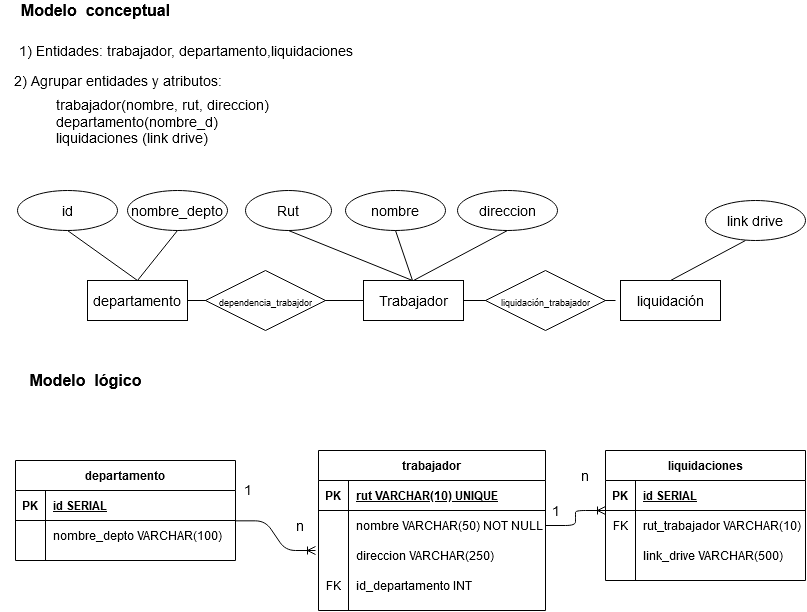
The draw.io diagram Caso1_modelos.png in gilibethvega/modelamiento_de_datos, before a commit. Source tidied: cells renumbered, new cells last; positions are measured from the earlier drawing's top-left corner, leaving out a move shared by most shapes. The source it was exported from:
```xml
<mxGraphModel background="#FFFFFF">
  <root>
    <mxCell id="0" />
    <mxCell id="1" parent="0" />
    <mxCell id="2" style="line;strokeWidth=1;dashed=0;labelPosition=right;align=left;verticalAlign=middle;spacingTop=0;spacingLeft=6;fontSize=14;shadow=0;" parent="1" vertex="1">
      <mxGeometry x="187" y="295" width="428" height="10" as="geometry" />
    </mxCell>
    <mxCell id="3" value="Modelo&amp;nbsp; conceptual" style="text;html=1;align=center;verticalAlign=middle;fontSize=16;fontStyle=1;" parent="1" vertex="1">
      <mxGeometry x="15" width="160" height="20" as="geometry" />
    </mxCell>
    <mxCell id="4" value="1) Entidades: trabajador, departamento,liquidaciones" style="text;html=1;align=center;verticalAlign=middle;fontSize=14;" parent="1" vertex="1">
      <mxGeometry y="40" width="370" height="20" as="geometry" />
    </mxCell>
    <mxCell id="5" value="&lt;div&gt;2) Agrupar entidades y atributos:&lt;/div&gt;" style="text;html=1;align=center;verticalAlign=middle;fontSize=14;" parent="1" vertex="1">
      <mxGeometry x="7" y="70" width="220" height="20" as="geometry" />
    </mxCell>
    <mxCell id="6" value="&lt;div align=&quot;left&quot;&gt;trabajador(nombre, rut, direccion)&lt;/div&gt;&lt;div align=&quot;left&quot;&gt;departamento(nombre_d)&lt;/div&gt;&lt;div align=&quot;left&quot;&gt;liquidaciones (link drive)&lt;br&gt;&lt;/div&gt;" style="text;html=1;align=center;verticalAlign=middle;fontSize=14;" parent="1" vertex="1">
      <mxGeometry x="42" y="91" width="240" height="60" as="geometry" />
    </mxCell>
    <mxCell id="7" value="Trabajador" style="whiteSpace=wrap;html=1;align=center;fontSize=14;" parent="1" vertex="1">
      <mxGeometry x="363" y="280" width="100" height="40" as="geometry" />
    </mxCell>
    <mxCell id="8" value="departamento" style="whiteSpace=wrap;html=1;align=center;fontSize=14;" parent="1" vertex="1">
      <mxGeometry x="87" y="280" width="100" height="40" as="geometry" />
    </mxCell>
    <mxCell id="9" value="&lt;font style=&quot;font-size: 9px&quot;&gt;dependencia_trabajdor&lt;/font&gt;" style="shape=rhombus;perimeter=rhombusPerimeter;whiteSpace=wrap;html=1;align=center;fontSize=14;" parent="1" vertex="1">
      <mxGeometry x="205" y="270" width="120" height="60" as="geometry" />
    </mxCell>
    <mxCell id="10" value="Rut" style="ellipse;whiteSpace=wrap;html=1;align=center;fontSize=14;" parent="1" vertex="1">
      <mxGeometry x="245" y="190" width="86" height="40" as="geometry" />
    </mxCell>
    <mxCell id="11" value="direccion" style="ellipse;whiteSpace=wrap;html=1;align=center;fontSize=14;" parent="1" vertex="1">
      <mxGeometry x="457" y="190" width="100" height="40" as="geometry" />
    </mxCell>
    <mxCell id="12" value="nombre" style="ellipse;whiteSpace=wrap;html=1;align=center;fontSize=14;" parent="1" vertex="1">
      <mxGeometry x="345" y="190" width="100" height="40" as="geometry" />
    </mxCell>
    <mxCell id="13" value="nombre_depto" style="ellipse;whiteSpace=wrap;html=1;align=center;fontSize=14;" parent="1" vertex="1">
      <mxGeometry x="127" y="190" width="100" height="40" as="geometry" />
    </mxCell>
    <mxCell id="14" style="endArrow=none;html=1;fontSize=14;entryX=0.5;entryY=1;entryDx=0;entryDy=0;" parent="1" edge="1" target="10">
      <mxGeometry relative="1" as="geometry">
        <mxPoint x="412" y="280" as="sourcePoint" />
      </mxGeometry>
    </mxCell>
    <mxCell id="15" style="endArrow=none;html=1;fontSize=14;entryX=0.5;entryY=1;entryDx=0;entryDy=0;" parent="1" edge="1" target="12">
      <mxGeometry relative="1" as="geometry">
        <mxPoint x="412" y="280" as="sourcePoint" />
      </mxGeometry>
    </mxCell>
    <mxCell id="16" style="endArrow=none;html=1;fontSize=14;entryX=0.5;entryY=1;entryDx=0;entryDy=0;" parent="1" edge="1" target="13">
      <mxGeometry relative="1" as="geometry">
        <mxPoint x="137" y="280" as="sourcePoint" />
      </mxGeometry>
    </mxCell>
    <mxCell id="17" value="Modelo&amp;nbsp; lógico" style="text;html=1;align=center;verticalAlign=middle;fontSize=16;fontStyle=1;" parent="1" vertex="1">
      <mxGeometry x="20" y="370" width="130" height="20" as="geometry" />
    </mxCell>
    <mxCell id="18" value="&lt;div&gt;id&lt;/div&gt;" style="ellipse;whiteSpace=wrap;html=1;align=center;fontSize=14;" parent="1" vertex="1">
      <mxGeometry x="17" y="190" width="100" height="40" as="geometry" />
    </mxCell>
    <mxCell id="19" style="endArrow=none;html=1;fontSize=14;entryX=0.5;entryY=1;entryDx=0;entryDy=0;" parent="1" edge="1" target="18">
      <mxGeometry relative="1" as="geometry">
        <mxPoint x="137" y="280" as="sourcePoint" />
      </mxGeometry>
    </mxCell>
    <mxCell id="20" value="liquidación" style="whiteSpace=wrap;html=1;align=center;fontSize=14;" parent="1" vertex="1">
      <mxGeometry x="620" y="280" width="100" height="40" as="geometry" />
    </mxCell>
    <mxCell id="21" value="&lt;div&gt;link drive&lt;br&gt;&lt;/div&gt;" style="ellipse;whiteSpace=wrap;html=1;align=center;fontSize=14;" parent="1" vertex="1">
      <mxGeometry x="705" y="200" width="100" height="40" as="geometry" />
    </mxCell>
    <mxCell id="22" style="endArrow=none;html=1;fontSize=14;entryX=0.5;entryY=1;entryDx=0;entryDy=0;exitX=0.5;exitY=0;exitDx=0;exitDy=0;" parent="1" edge="1" source="7" target="11">
      <mxGeometry relative="1" as="geometry" />
    </mxCell>
    <mxCell id="23" style="endArrow=none;html=1;fontSize=14;entryX=0.4;entryY=1;entryDx=0;entryDy=0;exitX=0.5;exitY=0;exitDx=0;exitDy=0;entryPerimeter=0;" parent="1" edge="1" source="20" target="21">
      <mxGeometry relative="1" as="geometry" />
    </mxCell>
    <mxCell id="24" value="&lt;font style=&quot;font-size: 9px&quot;&gt;liquidación_trabajador&lt;/font&gt;" style="shape=rhombus;perimeter=rhombusPerimeter;whiteSpace=wrap;html=1;align=center;fontSize=14;" parent="1" vertex="1">
      <mxGeometry x="485" y="270" width="120" height="60" as="geometry" />
    </mxCell>
    <mxCell id="25" value="n" style="text;html=1;align=center;verticalAlign=middle;fontSize=14;" parent="1" vertex="1">
      <mxGeometry x="289" y="515" width="20" height="20" as="geometry" />
    </mxCell>
    <mxCell id="26" value="1" style="text;html=1;align=center;verticalAlign=middle;fontSize=14;" parent="1" vertex="1">
      <mxGeometry x="237" y="479" width="20" height="20" as="geometry" />
    </mxCell>
    <mxCell id="27" value="n" style="text;html=1;align=center;verticalAlign=middle;fontSize=14;" parent="1" vertex="1">
      <mxGeometry x="574" y="465" width="20" height="20" as="geometry" />
    </mxCell>
    <mxCell id="28" value="1" style="text;html=1;align=center;verticalAlign=middle;fontSize=14;" parent="1" vertex="1">
      <mxGeometry x="545" y="500" width="20" height="20" as="geometry" />
    </mxCell>
    <mxCell id="29" style="edgeStyle=entityRelationEdgeStyle;fontSize=12;html=1;endArrow=ERoneToMany;exitX=0.999;exitY=-0.022;exitDx=0;exitDy=0;exitPerimeter=0;" parent="1" edge="1">
      <mxGeometry relative="1" as="geometry">
        <mxPoint x="234.8" y="520.3" as="sourcePoint" />
        <mxPoint x="315" y="550" as="targetPoint" />
      </mxGeometry>
    </mxCell>
    <mxCell id="30" style="edgeStyle=entityRelationEdgeStyle;fontSize=12;html=1;endArrow=ERoneToMany;exitX=1;exitY=0.5;exitDx=0;exitDy=0;entryX=0;entryY=0.8;entryDx=0;entryDy=0;entryPerimeter=0;" parent="1" edge="1" source="42">
      <mxGeometry relative="1" as="geometry">
        <mxPoint x="605" y="510" as="targetPoint" />
      </mxGeometry>
    </mxCell>
    <mxCell id="31" value="departamento" style="shape=table;startSize=30;rowLines=0;fontStyle=1;align=center;" parent="1" vertex="1">
      <mxGeometry x="15" y="460" width="220" height="100" as="geometry" />
    </mxCell>
    <mxCell id="32" style="shape=partialRectangle;fillColor=none;top=0;left=0;bottom=1;right=0;" parent="31" vertex="1">
      <mxGeometry y="30" width="220" height="30" as="geometry" />
    </mxCell>
    <mxCell id="33" value="PK" style="shape=partialRectangle;fillColor=none;top=0;left=0;bottom=0;right=0;fontStyle=1;overflow=hidden;" parent="32" vertex="1">
      <mxGeometry width="30" height="30" as="geometry" />
    </mxCell>
    <mxCell id="34" value="id SERIAL" style="shape=partialRectangle;fillColor=none;top=0;left=0;bottom=0;right=0;align=left;spacingLeft=6;fontStyle=5;overflow=hidden;" parent="32" vertex="1">
      <mxGeometry x="30" width="190" height="30" as="geometry" />
    </mxCell>
    <mxCell id="35" style="shape=partialRectangle;fillColor=none;top=0;left=0;bottom=0;right=0;" parent="31" vertex="1">
      <mxGeometry y="60" width="220" height="30" as="geometry" />
    </mxCell>
    <mxCell id="36" style="shape=partialRectangle;fillColor=none;top=0;left=0;bottom=0;right=0;overflow=hidden;" parent="35" vertex="1">
      <mxGeometry width="30" height="30" as="geometry" />
    </mxCell>
    <mxCell id="37" value="nombre_depto VARCHAR(100)" style="shape=partialRectangle;fillColor=none;top=0;left=0;bottom=0;right=0;align=left;spacingLeft=6;overflow=hidden;" parent="35" vertex="1">
      <mxGeometry x="30" width="190" height="30" as="geometry" />
    </mxCell>
    <mxCell id="38" value="trabajador" style="shape=table;startSize=30;rowLines=0;fontStyle=1;align=center;" parent="1" vertex="1">
      <mxGeometry x="318" y="450" width="227" height="160" as="geometry" />
    </mxCell>
    <mxCell id="39" style="shape=partialRectangle;fillColor=none;top=0;left=0;bottom=1;right=0;" parent="38" vertex="1">
      <mxGeometry y="30" width="227" height="30" as="geometry" />
    </mxCell>
    <mxCell id="40" value="PK" style="shape=partialRectangle;fillColor=none;top=0;left=0;bottom=0;right=0;fontStyle=1;overflow=hidden;" parent="39" vertex="1">
      <mxGeometry width="30" height="30" as="geometry" />
    </mxCell>
    <mxCell id="41" value="rut VARCHAR(10) UNIQUE" style="shape=partialRectangle;fillColor=none;top=0;left=0;bottom=0;right=0;align=left;spacingLeft=6;fontStyle=5;overflow=hidden;" parent="39" vertex="1">
      <mxGeometry x="30" width="197" height="30" as="geometry" />
    </mxCell>
    <mxCell id="42" style="shape=partialRectangle;fillColor=none;top=0;left=0;bottom=0;right=0;points=[[0,0.5],[1,0.5]];portConstraint=eastwest;" parent="38" vertex="1">
      <mxGeometry y="60" width="227" height="30" as="geometry" />
    </mxCell>
    <mxCell id="43" style="shape=partialRectangle;fillColor=none;top=0;left=0;bottom=0;right=0;overflow=hidden;" parent="42" vertex="1">
      <mxGeometry width="30" height="30" as="geometry" />
    </mxCell>
    <mxCell id="44" value="nombre VARCHAR(50) NOT NULL" style="shape=partialRectangle;fillColor=none;top=0;left=0;bottom=0;right=0;align=left;spacingLeft=6;overflow=hidden;" parent="42" vertex="1">
      <mxGeometry x="30" width="197" height="30" as="geometry" />
    </mxCell>
    <mxCell id="45" style="shape=partialRectangle;fillColor=none;top=0;left=0;bottom=0;right=0;" parent="38" vertex="1">
      <mxGeometry y="90" width="227" height="30" as="geometry" />
    </mxCell>
    <mxCell id="46" style="shape=partialRectangle;fillColor=none;top=0;left=0;bottom=0;right=0;overflow=hidden;" parent="45" vertex="1">
      <mxGeometry width="30" height="30" as="geometry" />
    </mxCell>
    <mxCell id="47" value="direccion VARCHAR(250)" style="shape=partialRectangle;fillColor=none;top=0;left=0;bottom=0;right=0;align=left;spacingLeft=6;overflow=hidden;" parent="45" vertex="1">
      <mxGeometry x="30" width="197" height="30" as="geometry" />
    </mxCell>
    <mxCell id="48" style="shape=partialRectangle;fillColor=none;top=0;left=0;bottom=0;right=0;" parent="38" vertex="1">
      <mxGeometry y="120" width="227" height="30" as="geometry" />
    </mxCell>
    <mxCell id="49" value="FK" style="shape=partialRectangle;fillColor=none;top=0;left=0;bottom=0;right=0;fontStyle=0;overflow=hidden;" parent="48" vertex="1">
      <mxGeometry width="30" height="30" as="geometry" />
    </mxCell>
    <mxCell id="50" value="id_departamento INT" style="shape=partialRectangle;fillColor=none;top=0;left=0;bottom=0;right=0;align=left;spacingLeft=6;fontStyle=0;overflow=hidden;" parent="48" vertex="1">
      <mxGeometry x="30" width="197" height="30" as="geometry" />
    </mxCell>
    <mxCell id="51" value="liquidaciones" style="shape=table;startSize=30;rowLines=0;fontStyle=1;align=center;" parent="1" vertex="1">
      <mxGeometry x="605" y="450" width="200" height="130" as="geometry" />
    </mxCell>
    <mxCell id="52" style="shape=partialRectangle;fillColor=none;top=0;left=0;bottom=1;right=0;" parent="51" vertex="1">
      <mxGeometry y="30" width="200" height="30" as="geometry" />
    </mxCell>
    <mxCell id="53" value="PK" style="shape=partialRectangle;fillColor=none;top=0;left=0;bottom=0;right=0;fontStyle=1;overflow=hidden;" parent="52" vertex="1">
      <mxGeometry width="30" height="30" as="geometry" />
    </mxCell>
    <mxCell id="54" value="id SERIAL" style="shape=partialRectangle;fillColor=none;top=0;left=0;bottom=0;right=0;align=left;spacingLeft=6;fontStyle=5;overflow=hidden;" parent="52" vertex="1">
      <mxGeometry x="30" width="170" height="30" as="geometry" />
    </mxCell>
    <mxCell id="55" style="shape=partialRectangle;fillColor=none;top=0;left=0;bottom=0;right=0;points=[[0,0.5],[1,0.5]];portConstraint=eastwest;" parent="51" vertex="1">
      <mxGeometry y="60" width="200" height="30" as="geometry" />
    </mxCell>
    <mxCell id="56" value="FK" style="shape=partialRectangle;fillColor=none;top=0;left=0;bottom=0;right=0;fontStyle=0;overflow=hidden;" parent="55" vertex="1">
      <mxGeometry width="30" height="30" as="geometry" />
    </mxCell>
    <mxCell id="57" value="rut_trabajador VARCHAR(10)" style="shape=partialRectangle;fillColor=none;top=0;left=0;bottom=0;right=0;align=left;spacingLeft=6;fontStyle=0;overflow=hidden;" parent="55" vertex="1">
      <mxGeometry x="30" width="170" height="30" as="geometry" />
    </mxCell>
    <mxCell id="58" style="shape=partialRectangle;fillColor=none;top=0;left=0;bottom=0;right=0;" parent="51" vertex="1">
      <mxGeometry y="90" width="200" height="30" as="geometry" />
    </mxCell>
    <mxCell id="59" style="shape=partialRectangle;fillColor=none;top=0;left=0;bottom=0;right=0;overflow=hidden;" parent="58" vertex="1">
      <mxGeometry width="30" height="30" as="geometry" />
    </mxCell>
    <mxCell id="60" value="link_drive VARCHAR(500)" style="shape=partialRectangle;fillColor=none;top=0;left=0;bottom=0;right=0;align=left;spacingLeft=6;overflow=hidden;" parent="58" vertex="1">
      <mxGeometry x="30" width="170" height="30" as="geometry" />
    </mxCell>
  </root>
</mxGraphModel>
```
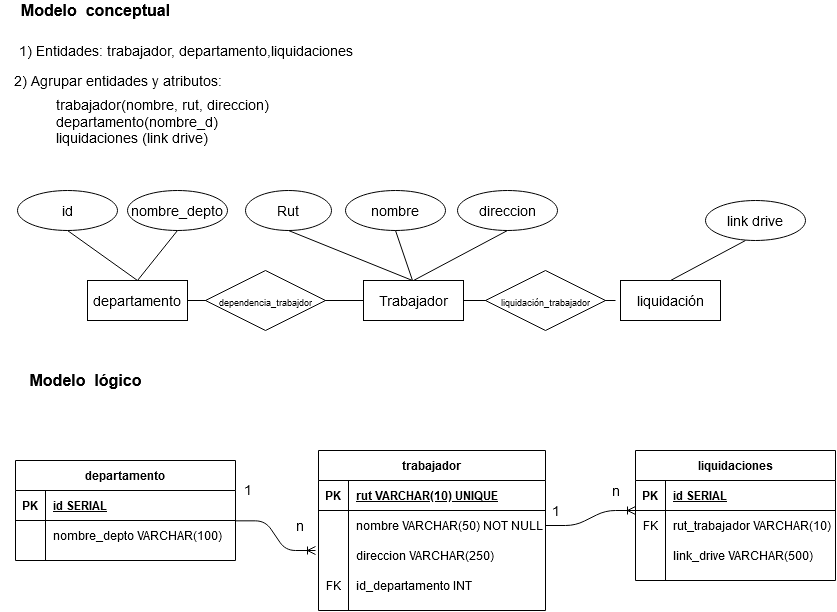
The same diagram one commit later.

The edit, as a diff of the source:
```diff
@@ -86,7 +86,7 @@
       <mxGeometry x="237" y="479" width="20" height="20" as="geometry" />
     </mxCell>
     <mxCell id="27" value="n" style="text;html=1;align=center;verticalAlign=middle;fontSize=14;" parent="1" vertex="1">
-      <mxGeometry x="574" y="465" width="20" height="20" as="geometry" />
+      <mxGeometry x="605" y="480" width="20" height="20" as="geometry" />
     </mxCell>
     <mxCell id="28" value="1" style="text;html=1;align=center;verticalAlign=middle;fontSize=14;" parent="1" vertex="1">
       <mxGeometry x="545" y="500" width="20" height="20" as="geometry" />
@@ -97,10 +97,8 @@
         <mxPoint x="315" y="550" as="targetPoint" />
       </mxGeometry>
     </mxCell>
-    <mxCell id="30" style="edgeStyle=entityRelationEdgeStyle;fontSize=12;html=1;endArrow=ERoneToMany;exitX=1;exitY=0.5;exitDx=0;exitDy=0;entryX=0;entryY=0.8;entryDx=0;entryDy=0;entryPerimeter=0;" parent="1" edge="1" source="42">
-      <mxGeometry relative="1" as="geometry">
-        <mxPoint x="605" y="510" as="targetPoint" />
-      </mxGeometry>
+    <mxCell id="30" style="edgeStyle=entityRelationEdgeStyle;fontSize=12;html=1;endArrow=ERoneToMany;exitX=1;exitY=0.5;exitDx=0;exitDy=0;entryX=0;entryY=0;entryDx=0;entryDy=0;entryPerimeter=0;" parent="1" edge="1" source="42" target="55">
+      <mxGeometry relative="1" as="geometry" />
     </mxCell>
     <mxCell id="31" value="departamento" style="shape=table;startSize=30;rowLines=0;fontStyle=1;align=center;" parent="1" vertex="1">
       <mxGeometry x="15" y="460" width="220" height="100" as="geometry" />
@@ -163,7 +161,7 @@
       <mxGeometry x="30" width="197" height="30" as="geometry" />
     </mxCell>
     <mxCell id="51" value="liquidaciones" style="shape=table;startSize=30;rowLines=0;fontStyle=1;align=center;" parent="1" vertex="1">
-      <mxGeometry x="605" y="450" width="200" height="130" as="geometry" />
+      <mxGeometry x="635" y="450" width="200" height="130" as="geometry" />
     </mxCell>
     <mxCell id="52" style="shape=partialRectangle;fillColor=none;top=0;left=0;bottom=1;right=0;" parent="51" vertex="1">
       <mxGeometry y="30" width="200" height="30" as="geometry" />
```
